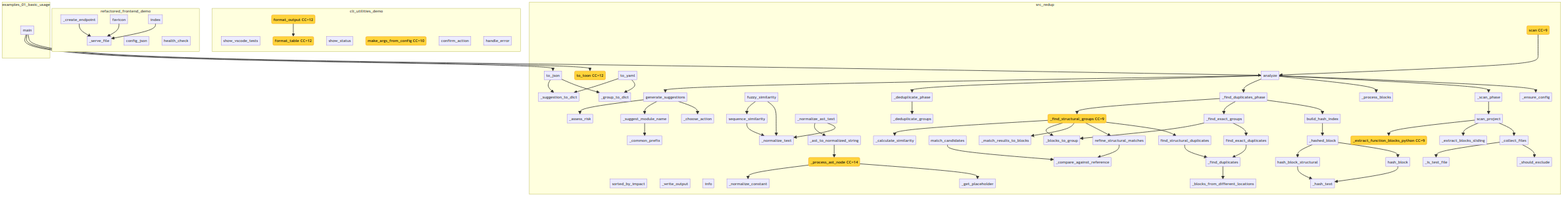
Earlier version of the Mermaid export project/flow.png (semcod/redup). Its source is kept beside it as project/flow.mmd.
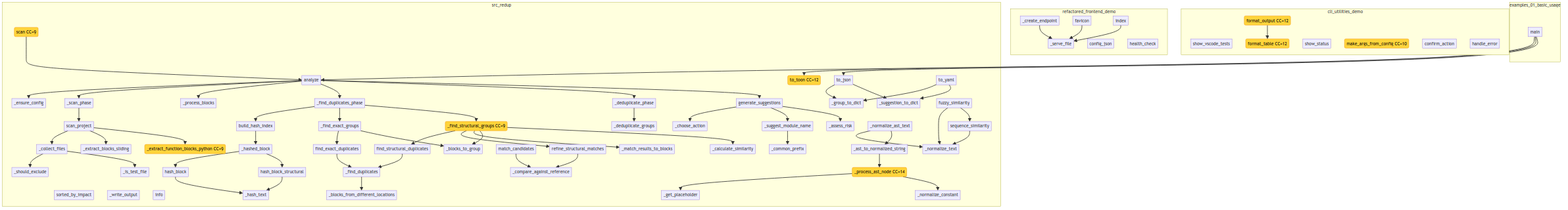
After the change.

Change to the diagram source:
```diff
@@ -1,23 +1,6 @@
 flowchart TD
-    subgraph cli_utilities_demo
-        cli_utilities_demo__show_vscode_tests["show_vscode_tests"]
-        cli_utilities_demo__show_status["show_status"]
-        cli_utilities_demo__make_args_from_config("make_args_from_config CC=10")
-        cli_utilities_demo__confirm_action["confirm_action"]
-        cli_utilities_demo__format_output("format_output CC=12")
-        cli_utilities_demo__format_table("format_table CC=12")
-        cli_utilities_demo__handle_error["handle_error"]
-    end
     subgraph examples_01_basic_usage
         examples__01_basic_usage__main["main"]
-    end
-    subgraph refactored_frontend_demo
-        refactored_frontend_demo___serve_file["_serve_file"]
-        refactored_frontend_demo___create_endpoint["_create_endpoint"]
-        refactored_frontend_demo__favicon["favicon"]
-        refactored_frontend_demo__index["index"]
-        refactored_frontend_demo__config_json["config_json"]
-        refactored_frontend_demo__health_check["health_check"]
     end
     subgraph src_redup
         src__redup__core__planner___common_prefix["_common_prefix"]
@@ -32,14 +15,23 @@
         src___extract_function_blocks_python("_extract_function_blocks_python CC=9")
         src__redup__core__scanner__scan_project["scan_project"]
         src__sorted_by_impact["sorted_by_impact"]
+        src__redup__core__pipeline___blocks_to_group["_blocks_to_group"]
+        src__redup__core__pipeline___deduplicate_groups["_deduplicate_groups"]
+        src__redup__core__pipeline__analyze["analyze"]
+        src__redup__core__pipeline___ensure_config["_ensure_config"]
+        src__redup__core__pipeline___scan_phase["_scan_phase"]
+        src__redup__core__pipeline___process_blocks["_process_blocks"]
+        src__redup__core__pipeline___find_duplicates_phase["_find_duplicates_phase"]
+        src__redup__core__pipeline___find_exact_groups["_find_exact_groups"]
+        src___find_structural_groups("_find_structural_groups CC=9")
+        src__redup__core__pipeline___deduplicate_phase["_deduplicate_phase"]
+        src___match_results_to_blocks["_match_results_to_blocks"]
+        src__redup__core__pipeline___calculate_similarity["_calculate_similarity"]
         src___group_to_dict["_group_to_dict"]
         src___suggestion_to_dict["_suggestion_to_dict"]
         src__redup__reporters__json_reporter__to_json["to_json"]
+        src__redup__reporters__yaml_reporter__to_yaml["to_yaml"]
         src__redup__reporters__toon_reporter__to_toon("to_toon CC=12")
-        src__redup__reporters__yaml_reporter__to_yaml["to_yaml"]
-        src__redup__cli_app__main___write_output["_write_output"]
-        src__redup__cli_app__main__scan("scan CC=9")
-        src__redup__cli_app__main__info["info"]
         src__redup__core__matcher__sequence_similarity["sequence_similarity"]
         src__redup__core__matcher__fuzzy_similarity["fuzzy_similarity"]
         src___compare_against_reference["_compare_against_reference"]
@@ -60,26 +52,13 @@
         src__redup__core__hasher__find_exact_duplicates["find_exact_duplicates"]
         src__find_structural_duplicates["find_structural_duplicates"]
         src___blocks_from_different_locations["_blocks_from_different_locations"]
-        src__redup__core__pipeline___blocks_to_group["_blocks_to_group"]
-        src__redup__core__pipeline___deduplicate_groups["_deduplicate_groups"]
-        src__redup__core__pipeline__analyze["analyze"]
-        src__redup__core__pipeline___ensure_config["_ensure_config"]
-        src__redup__core__pipeline___scan_phase["_scan_phase"]
-        src__redup__core__pipeline___process_blocks["_process_blocks"]
-        src__redup__core__pipeline___find_duplicates_phase["_find_duplicates_phase"]
-        src__redup__core__pipeline___find_exact_groups["_find_exact_groups"]
-        src___find_structural_groups("_find_structural_groups CC=9")
-        src__redup__core__pipeline___deduplicate_phase["_deduplicate_phase"]
-        src___match_results_to_blocks["_match_results_to_blocks"]
-        src__redup__core__pipeline___calculate_similarity["_calculate_similarity"]
+        src__redup__cli_app__main___write_output["_write_output"]
+        src__redup__cli_app__main__scan("scan CC=9")
+        src__redup__cli_app__main__info["info"]
     end
     examples__01_basic_usage__main --> src__redup__core__pipeline__analyze
     examples__01_basic_usage__main --> src__redup__reporters__toon_reporter__to_toon
     examples__01_basic_usage__main --> src__redup__reporters__json_reporter__to_json
-    refactored_frontend_demo___create_endpoint --> refactored_frontend_demo___serve_file
-    refactored_frontend_demo__favicon --> refactored_frontend_demo___serve_file
-    refactored_frontend_demo__index --> refactored_frontend_demo___serve_file
-    cli_utilities_demo__format_output --> cli_utilities_demo__format_table
     src__redup__core__planner___suggest_module_name --> src__redup__core__planner___common_prefix
     src__redup__core__planner__generate_suggestions --> src__redup__core__planner___choose_action
     src__redup__core__planner__generate_suggestions --> src__redup__core__planner___suggest_module_name
@@ -89,11 +68,28 @@
     src__redup__core__scanner__scan_project --> src__redup__core__scanner___collect_files
     src__redup__core__scanner__scan_project --> src__redup__core__scanner___extract_blocks_sliding
     src__redup__core__scanner__scan_project --> src___extract_function_blocks_python
+    src__redup__core__pipeline__analyze --> src__redup__core__pipeline___ensure_config
+    src__redup__core__pipeline__analyze --> src__redup__core__pipeline___scan_phase
+    src__redup__core__pipeline__analyze --> src__redup__core__pipeline___process_blocks
+    src__redup__core__pipeline__analyze --> src__redup__core__pipeline___find_duplicates_phase
+    src__redup__core__pipeline__analyze --> src__redup__core__pipeline___deduplicate_phase
+    src__redup__core__pipeline__analyze --> src__redup__core__planner__generate_suggestions
+    src__redup__core__pipeline___scan_phase --> src__redup__core__scanner__scan_project
+    src__redup__core__pipeline___find_duplicates_phase --> src__redup__core__hasher__build_hash_index
+    src__redup__core__pipeline___find_duplicates_phase --> src__redup__core__pipeline___find_exact_groups
+    src__redup__core__pipeline___find_duplicates_phase --> src___find_structural_groups
+    src__redup__core__pipeline___find_exact_groups --> src__redup__core__hasher__find_exact_duplicates
+    src__redup__core__pipeline___find_exact_groups --> src__redup__core__pipeline___blocks_to_group
+    src___find_structural_groups --> src__find_structural_duplicates
+    src___find_structural_groups --> src__refine_structural_matches
+    src___find_structural_groups --> src___match_results_to_blocks
+    src___find_structural_groups --> src__redup__core__pipeline___blocks_to_group
+    src___find_structural_groups --> src__redup__core__pipeline___calculate_similarity
+    src__redup__core__pipeline___deduplicate_phase --> src__redup__core__pipeline___deduplicate_groups
     src__redup__reporters__json_reporter__to_json --> src___group_to_dict
     src__redup__reporters__json_reporter__to_json --> src___suggestion_to_dict
     src__redup__reporters__yaml_reporter__to_yaml --> src___group_to_dict
     src__redup__reporters__yaml_reporter__to_yaml --> src___suggestion_to_dict
-    src__redup__cli_app__main__scan --> src__redup__core__pipeline__analyze
     src__redup__core__matcher__sequence_similarity --> src__redup__core__hasher___normalize_text
     src__redup__core__matcher__fuzzy_similarity --> src__redup__core__hasher___normalize_text
     src__redup__core__matcher__fuzzy_similarity --> src__redup__core__matcher__sequence_similarity
@@ -112,25 +108,8 @@
     src__redup__core__hasher___find_duplicates --> src___blocks_from_different_locations
     src__redup__core__hasher__find_exact_duplicates --> src__redup__core__hasher___find_duplicates
     src__find_structural_duplicates --> src__redup__core__hasher___find_duplicates
-    src__redup__core__pipeline__analyze --> src__redup__core__pipeline___ensure_config
-    src__redup__core__pipeline__analyze --> src__redup__core__pipeline___scan_phase
-    src__redup__core__pipeline__analyze --> src__redup__core__pipeline___process_blocks
-    src__redup__core__pipeline__analyze --> src__redup__core__pipeline___find_duplicates_phase
-    src__redup__core__pipeline__analyze --> src__redup__core__pipeline___deduplicate_phase
-    src__redup__core__pipeline__analyze --> src__redup__core__planner__generate_suggestions
-    src__redup__core__pipeline___scan_phase --> src__redup__core__scanner__scan_project
-    src__redup__core__pipeline___find_duplicates_phase --> src__redup__core__hasher__build_hash_index
-    src__redup__core__pipeline___find_duplicates_phase --> src__redup__core__pipeline___find_exact_groups
-    src__redup__core__pipeline___find_duplicates_phase --> src___find_structural_groups
-    src__redup__core__pipeline___find_exact_groups --> src__redup__core__hasher__find_exact_duplicates
-    src__redup__core__pipeline___find_exact_groups --> src__redup__core__pipeline___blocks_to_group
-    src___find_structural_groups --> src__find_structural_duplicates
-    src___find_structural_groups --> src__refine_structural_matches
-    src___find_structural_groups --> src___match_results_to_blocks
-    src___find_structural_groups --> src__redup__core__pipeline___blocks_to_group
-    src___find_structural_groups --> src__redup__core__pipeline___calculate_similarity
-    src__redup__core__pipeline___deduplicate_phase --> src__redup__core__pipeline___deduplicate_groups
+    src__redup__cli_app__main__scan --> src__redup__core__pipeline__analyze
 
     classDef highCC fill:#ff6b6b,stroke:#c92a2a,color:#fff
     classDef medCC fill:#ffd43b,stroke:#f08c00,color:#000
-    class cli_utilities_demo__make_args_from_config,cli_utilities_demo__format_output,cli_utilities_demo__format_table,src___extract_function_blocks_python,src__redup__reporters__toon_reporter__to_toon,src__redup__cli_app__main__scan,src__redup__core__hasher___process_ast_node,src___find_structural_groups medCC
+    class src___extract_function_blocks_python,src___find_structural_groups,src__redup__reporters__toon_reporter__to_toon,src__redup__core__hasher___process_ast_node,src__redup__cli_app__main__scan medCC
```
